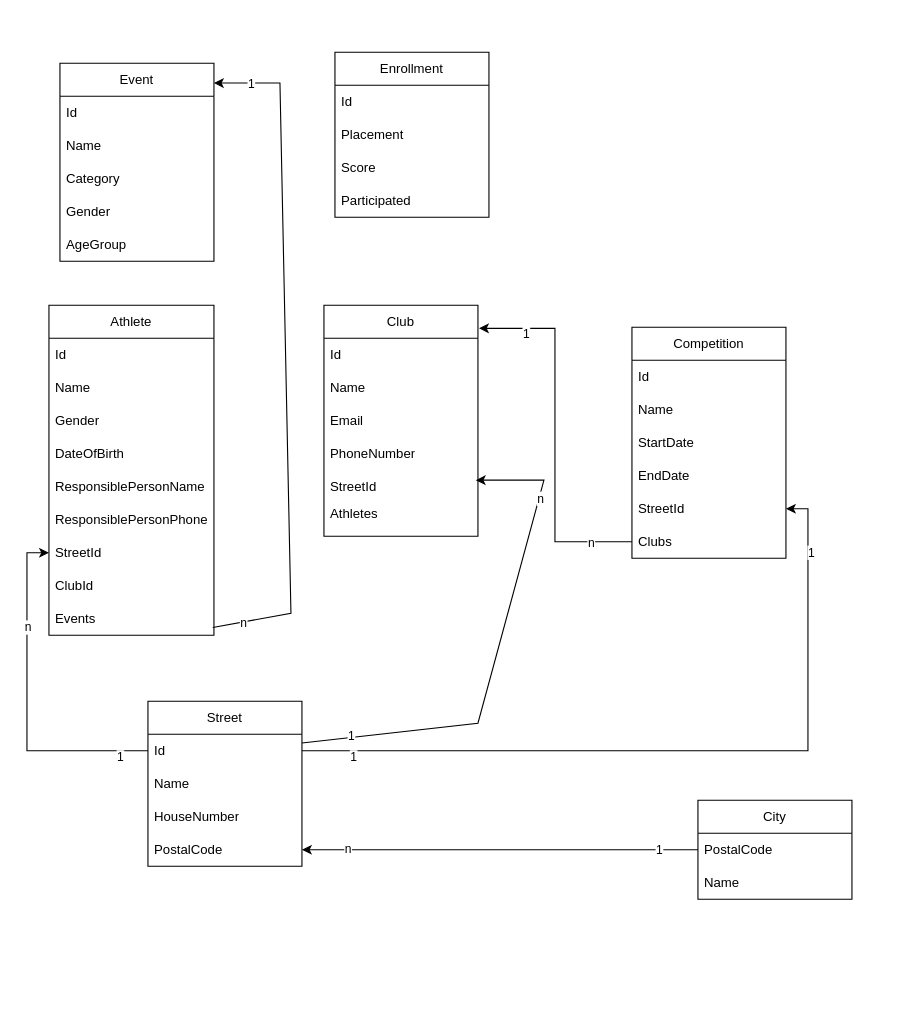
zalulw/projctc- keeps this draw.io diagram as Atletika.drawio. Above is the earlier version. Source tidied: cells renumbered, new cells numbered last; positions are measured from the earlier drawing's top-left corner, leaving out a move shared by most shapes. Both pictures are drawn from the tidied source at 110%, with x=0, y=0 at pixel (48, 52).
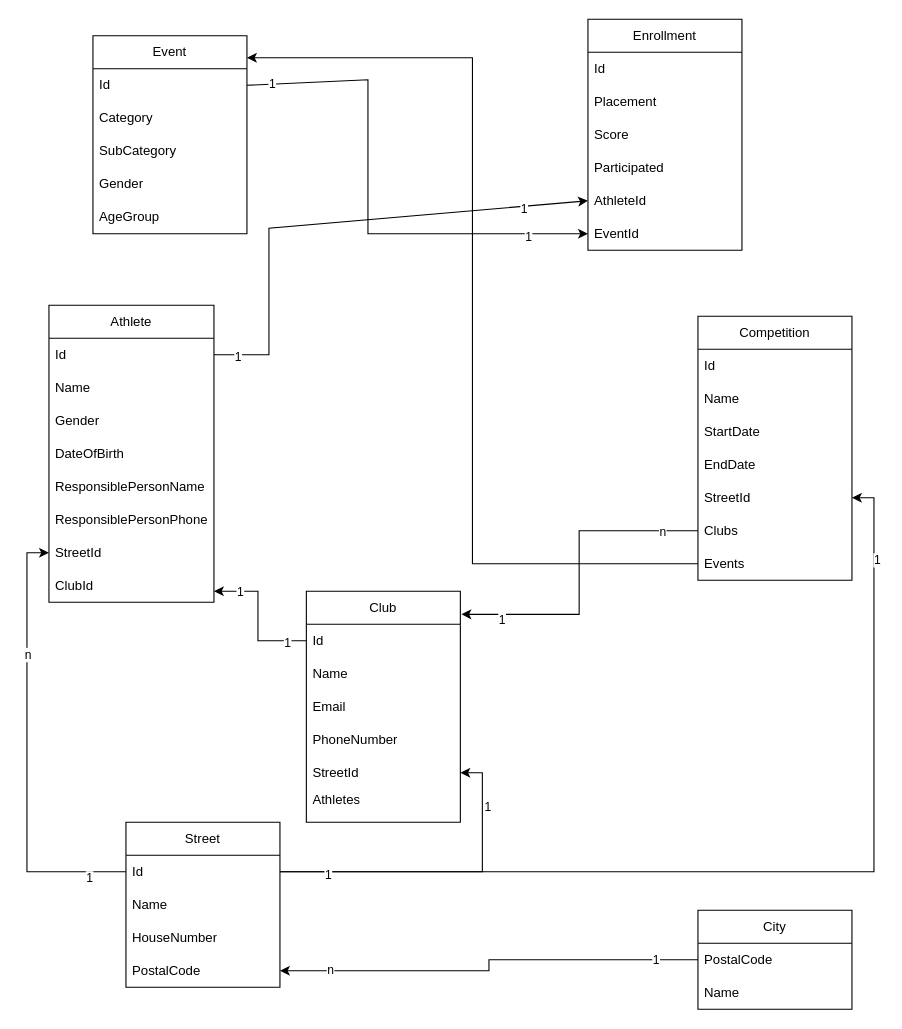
After the change.

Unchanged cells that the change refers to:
```xml
<mxCell id="3" value="Id" style="text;strokeColor=none;fillColor=none;align=left;verticalAlign=middle;spacingLeft=4;spacingRight=4;overflow=hidden;points=[[0,0.5],[1,0.5]];portConstraint=eastwest;whiteSpace=wrap;html=1;" parent="2" vertex="1">
  <mxGeometry y="30" width="140" height="30" as="geometry" />
</mxCell>
<mxCell id="7" value="StreetId" style="text;strokeColor=none;fillColor=none;align=left;verticalAlign=middle;spacingLeft=4;spacingRight=4;overflow=hidden;points=[[0,0.5],[1,0.5]];portConstraint=eastwest;whiteSpace=wrap;html=1;" parent="2" vertex="1">
  <mxGeometry y="150" width="140" height="30" as="geometry" />
</mxCell>
<mxCell id="10" value="Id" style="text;strokeColor=none;fillColor=none;align=left;verticalAlign=middle;spacingLeft=4;spacingRight=4;overflow=hidden;points=[[0,0.5],[1,0.5]];portConstraint=eastwest;whiteSpace=wrap;html=1;" parent="9" vertex="1">
  <mxGeometry y="30" width="150" height="30" as="geometry" />
</mxCell>
<mxCell id="24" value="StreetId" style="text;strokeColor=none;fillColor=none;align=left;verticalAlign=middle;spacingLeft=4;spacingRight=4;overflow=hidden;points=[[0,0.5],[1,0.5]];portConstraint=eastwest;whiteSpace=wrap;html=1;" parent="19" vertex="1">
  <mxGeometry y="150" width="140" height="30" as="geometry" />
</mxCell>
<mxCell id="27" value="Id" style="text;strokeColor=none;fillColor=none;align=left;verticalAlign=middle;spacingLeft=4;spacingRight=4;overflow=hidden;points=[[0,0.5],[1,0.5]];portConstraint=eastwest;whiteSpace=wrap;html=1;" parent="26" vertex="1">
  <mxGeometry y="30" width="140" height="30" as="geometry" />
</mxCell>
<mxCell id="36" value="Id" style="text;strokeColor=none;fillColor=none;align=left;verticalAlign=middle;spacingLeft=4;spacingRight=4;overflow=hidden;points=[[0,0.5],[1,0.5]];portConstraint=eastwest;whiteSpace=wrap;html=1;" parent="35" vertex="1">
  <mxGeometry y="30" width="140" height="30" as="geometry" />
</mxCell>
```

The edit, as a diff of the source:
```diff
@@
     <mxCell id="2" value="Club" style="swimlane;fontStyle=0;horizontal=1;startSize=30;whiteSpace=wrap;html=1;" parent="1" vertex="1">
-      <mxGeometry x="250" y="230" width="140" height="210" as="geometry" />
+      <mxGeometry x="234" y="490" width="140" height="210" as="geometry" />
     </mxCell>
@@
     <mxCell id="9" value="Athlete" style="swimlane;fontStyle=0;horizontal=1;startSize=30;whiteSpace=wrap;html=1;" parent="1" vertex="1">
-      <mxGeometry y="230" width="150" height="300" as="geometry" />
+      <mxGeometry y="230" width="150" height="270" as="geometry" />
     </mxCell>
@@
-    <mxCell id="18" value="Events" style="text;strokeColor=none;fillColor=none;align=left;verticalAlign=middle;spacingLeft=4;spacingRight=4;overflow=hidden;points=[[0,0.5],[1,0.5]];portConstraint=eastwest;whiteSpace=wrap;html=1;" parent="9" vertex="1">
-      <mxGeometry y="270" width="150" height="30" as="geometry" />
-    </mxCell>
     <mxCell id="19" value="Competition" style="swimlane;fontStyle=0;horizontal=1;startSize=30;whiteSpace=wrap;html=1;" parent="1" vertex="1">
-      <mxGeometry x="530" y="250" width="140" height="210" as="geometry" />
+      <mxGeometry x="590" y="240" width="140" height="240" as="geometry" />
     </mxCell>
@@
+    <mxCell id="18" value="Events" style="text;strokeColor=none;fillColor=none;align=left;verticalAlign=middle;spacingLeft=4;spacingRight=4;overflow=hidden;points=[[0,0.5],[1,0.5]];portConstraint=eastwest;whiteSpace=wrap;html=1;" parent="19" vertex="1">
+      <mxGeometry y="210" width="140" height="30" as="geometry" />
+    </mxCell>
     <mxCell id="26" value="Event" style="swimlane;fontStyle=0;horizontal=1;startSize=30;whiteSpace=wrap;html=1;" parent="1" vertex="1">
-      <mxGeometry x="10" y="10" width="140" height="180" as="geometry" />
+      <mxGeometry x="40" y="-15" width="140" height="180" as="geometry" />
     </mxCell>
@@
-    <mxCell id="28" value="Name" style="text;strokeColor=none;fillColor=none;align=left;verticalAlign=middle;spacingLeft=4;spacingRight=4;overflow=hidden;whiteSpace=wrap;html=1;" parent="26" vertex="1">
+    <mxCell id="28" value="Category" style="text;strokeColor=none;fillColor=none;align=left;verticalAlign=middle;spacingLeft=4;spacingRight=4;overflow=hidden;whiteSpace=wrap;html=1;" parent="26" vertex="1">
       <mxGeometry y="60" width="140" height="30" as="geometry" />
     </mxCell>
-    <mxCell id="29" value="Category" style="text;strokeColor=none;fillColor=none;align=left;verticalAlign=middle;spacingLeft=4;spacingRight=4;overflow=hidden;whiteSpace=wrap;html=1;" parent="26" vertex="1">
+    <mxCell id="29" value="SubCategory" style="text;strokeColor=none;fillColor=none;align=left;verticalAlign=middle;spacingLeft=4;spacingRight=4;overflow=hidden;whiteSpace=wrap;html=1;" parent="26" vertex="1">
       <mxGeometry y="90" width="140" height="30" as="geometry" />
     </mxCell>
@@
     <mxCell id="32" value="City" style="swimlane;fontStyle=0;horizontal=1;startSize=30;whiteSpace=wrap;html=1;" parent="1" vertex="1">
-      <mxGeometry x="590" y="680" width="140" height="90" as="geometry" />
+      <mxGeometry x="590" y="780" width="140" height="90" as="geometry" />
     </mxCell>
@@
     <mxCell id="35" value="Street" style="swimlane;fontStyle=0;horizontal=1;startSize=30;whiteSpace=wrap;html=1;" parent="1" vertex="1">
-      <mxGeometry x="90" y="590" width="140" height="150" as="geometry" />
+      <mxGeometry x="70" y="700" width="140" height="150" as="geometry" />
     </mxCell>
@@
-    <mxCell id="46" style="edgeStyle=orthogonalEdgeStyle;rounded=0;jettySize=auto;html=1;entryX=1;entryY=0.5;entryDx=0;entryDy=0;" parent="1" edge="1" source="36" target="24">
+    <mxCell id="46" style="edgeStyle=orthogonalEdgeStyle;rounded=0;jettySize=auto;html=1;entryX=1;entryY=0.5;entryDx=0;entryDy=0;exitX=1;exitY=0.5;exitDx=0;exitDy=0;" parent="1" edge="1" source="36" target="24">
       <mxGeometry relative="1" as="geometry" />
     </mxCell>
-    <mxCell id="47" value="1" style="edgeLabel;html=1;align=center;verticalAlign=middle;" parent="46" vertex="1">
-      <mxGeometry x="-0.87" y="-4" relative="1" as="geometry">
-        <mxPoint y="1" as="offset" />
-      </mxGeometry>
-    </mxCell>
@@
-    <mxCell id="52" style="endArrow=classic;html=1;rounded=0;exitX=0.979;exitY=0.267;exitDx=0;exitDy=0;exitPerimeter=0;entryX=0.986;entryY=0.3;entryDx=0;entryDy=0;entryPerimeter=0;" parent="1" edge="1" target="7">
-      <mxGeometry relative="1" as="geometry">
-        <mxPoint x="230" y="628" as="sourcePoint" />
-        <Array as="points">
-          <mxPoint x="390" y="610" />
-          <mxPoint x="450" y="389" />
-        </Array>
-      </mxGeometry>
-    </mxCell>
-    <mxCell id="53" value="n" style="edgeLabel;html=1;align=center;verticalAlign=middle;" parent="52" vertex="1">
-      <mxGeometry x="0.65" y="-1" relative="1" as="geometry" />
-    </mxCell>
-    <mxCell id="54" value="1" style="edgeLabel;html=1;align=center;verticalAlign=middle;" parent="52" vertex="1">
-      <mxGeometry x="-0.8" y="1" relative="1" as="geometry" />
-    </mxCell>
     <mxCell id="55" value="Enrollment" style="swimlane;fontStyle=0;horizontal=1;startSize=30;whiteSpace=wrap;html=1;" parent="1" vertex="1">
-      <mxGeometry x="260" width="140" height="150" as="geometry" />
+      <mxGeometry x="490" y="-30" width="140" height="210" as="geometry" />
     </mxCell>
@@
+    <mxCell id="63" value="Participated" style="text;strokeColor=none;fillColor=none;align=left;verticalAlign=middle;spacingLeft=4;spacingRight=4;overflow=hidden;whiteSpace=wrap;html=1;" parent="55" vertex="1">
+      <mxGeometry y="120" width="140" height="30" as="geometry" />
+    </mxCell>
+    <mxCell id="64" value="AthleteId" style="text;strokeColor=none;fillColor=none;align=left;verticalAlign=middle;spacingLeft=4;spacingRight=4;overflow=hidden;points=[[0,0.5],[1,0.5]];portConstraint=eastwest;whiteSpace=wrap;html=1;" parent="55" vertex="1">
+      <mxGeometry y="150" width="140" height="30" as="geometry" />
+    </mxCell>
-    <mxCell id="59" value="Participated" style="text;strokeColor=none;fillColor=none;align=left;verticalAlign=middle;spacingLeft=4;spacingRight=4;overflow=hidden;points=[[0,0.5],[1,0.5]];portConstraint=eastwest;whiteSpace=wrap;html=1;" parent="55" vertex="1">
-      <mxGeometry y="120" width="140" height="30" as="geometry" />
+    <mxCell id="59" value="EventId" style="text;strokeColor=none;fillColor=none;align=left;verticalAlign=middle;spacingLeft=4;spacingRight=4;overflow=hidden;points=[[0,0.5],[1,0.5]];portConstraint=eastwest;whiteSpace=wrap;html=1;" parent="55" vertex="1">
+      <mxGeometry y="180" width="140" height="30" as="geometry" />
     </mxCell>
+    <mxCell id="65" style="endArrow=classic;html=1;rounded=0;entryX=0;entryY=0.5;entryDx=0;entryDy=0;exitX=1;exitY=0.5;exitDx=0;exitDy=0;" parent="1" edge="1" source="10" target="64">
+      <mxGeometry relative="1" as="geometry">
+        <Array as="points">
+          <mxPoint x="200" y="275" />
+          <mxPoint x="200" y="160" />
+        </Array>
+      </mxGeometry>
+    </mxCell>
+    <mxCell id="66" value="1" style="edgeLabel;html=1;align=center;verticalAlign=middle;" parent="65" vertex="1">
+      <mxGeometry x="-0.91" y="-1" relative="1" as="geometry" />
+    </mxCell>
+    <mxCell id="67" value="1" style="edgeLabel;html=1;align=center;verticalAlign=middle;" parent="65" vertex="1">
+      <mxGeometry x="0.74" y="-2" relative="1" as="geometry" />
+    </mxCell>
+    <mxCell id="68" style="endArrow=classic;html=1;rounded=0;exitX=1;exitY=0.5;exitDx=0;exitDy=0;entryX=0;entryY=0.5;entryDx=0;entryDy=0;" parent="1" edge="1" source="27" target="59">
+      <mxGeometry relative="1" as="geometry">
+        <Array as="points">
+          <mxPoint x="290" y="25" />
+          <mxPoint x="290" y="165" />
+        </Array>
+      </mxGeometry>
+    </mxCell>
+    <mxCell id="69" value="1" style="edgeLabel;html=1;align=center;verticalAlign=middle;" parent="68" vertex="1">
+      <mxGeometry x="-0.9" relative="1" as="geometry" />
+    </mxCell>
+    <mxCell id="70" value="1" style="edgeLabel;html=1;align=center;verticalAlign=middle;" parent="68" vertex="1">
+      <mxGeometry x="0.76" y="-2" relative="1" as="geometry" />
+    </mxCell>
+    <mxCell id="71" style="edgeStyle=orthogonalEdgeStyle;rounded=0;jettySize=auto;html=1;exitX=0;exitY=0.5;exitDx=0;exitDy=0;" parent="1" edge="1" source="3">
+      <mxGeometry relative="1" as="geometry">
+        <mxPoint x="150" y="490" as="targetPoint" />
+        <Array as="points">
+          <mxPoint x="190" y="535" />
+          <mxPoint x="190" y="490" />
+        </Array>
+      </mxGeometry>
+    </mxCell>
+    <mxCell id="72" value="1" style="edgeLabel;html=1;align=center;verticalAlign=middle;" parent="71" vertex="1">
+      <mxGeometry x="-0.72" y="1" relative="1" as="geometry" />
+    </mxCell>
+    <mxCell id="73" value="1" style="edgeLabel;html=1;align=center;verticalAlign=middle;" parent="71" vertex="1">
+      <mxGeometry x="0.64" relative="1" as="geometry" />
+    </mxCell>
-    <mxCell id="60" style="endArrow=classic;html=1;rounded=0;entryX=1;entryY=0.1;entryDx=0;entryDy=0;entryPerimeter=0;exitX=0.993;exitY=0.767;exitDx=0;exitDy=0;exitPerimeter=0;" parent="1" edge="1" source="18" target="26">
-      <mxGeometry relative="1" as="geometry">
-        <Array as="points">
-          <mxPoint x="220" y="510" />
-          <mxPoint x="210" y="28" />
-        </Array>
-      </mxGeometry>
+    <mxCell id="60" style="edgeStyle=orthogonalEdgeStyle;rounded=0;jettySize=auto;html=1;exitX=0;exitY=0.5;exitDx=0;exitDy=0;entryX=1;entryY=0.111;entryDx=0;entryDy=0;entryPerimeter=0;" parent="1" edge="1" source="18" target="26">
+      <mxGeometry relative="1" as="geometry" />
     </mxCell>
-    <mxCell id="61" value="n" style="edgeLabel;html=1;align=center;verticalAlign=middle;" parent="60" vertex="1">
-      <mxGeometry x="-0.91" y="-1" relative="1" as="geometry" />
-    </mxCell>
-    <mxCell id="62" value="1" style="edgeLabel;html=1;align=center;verticalAlign=middle;" parent="60" vertex="1">
-      <mxGeometry x="0.89" relative="1" as="geometry" />
-    </mxCell>
+    <mxCell id="74" style="edgeStyle=orthogonalEdgeStyle;rounded=0;jettySize=auto;html=1;exitX=1;exitY=0.5;exitDx=0;exitDy=0;entryX=1;entryY=0.5;entryDx=0;entryDy=0;" parent="1" edge="1" source="36" target="7">
+      <mxGeometry relative="1" as="geometry" />
+    </mxCell>
+    <mxCell id="75" value="1" style="edgeLabel;html=1;align=center;verticalAlign=middle;" parent="74" vertex="1">
+      <mxGeometry x="0.66" y="-4" relative="1" as="geometry" />
+    </mxCell>
+    <mxCell id="76" value="1" style="edgeLabel;html=1;align=center;verticalAlign=middle;" parent="74" vertex="1">
+      <mxGeometry x="-0.71" y="-2" relative="1" as="geometry" />
+    </mxCell>
```
